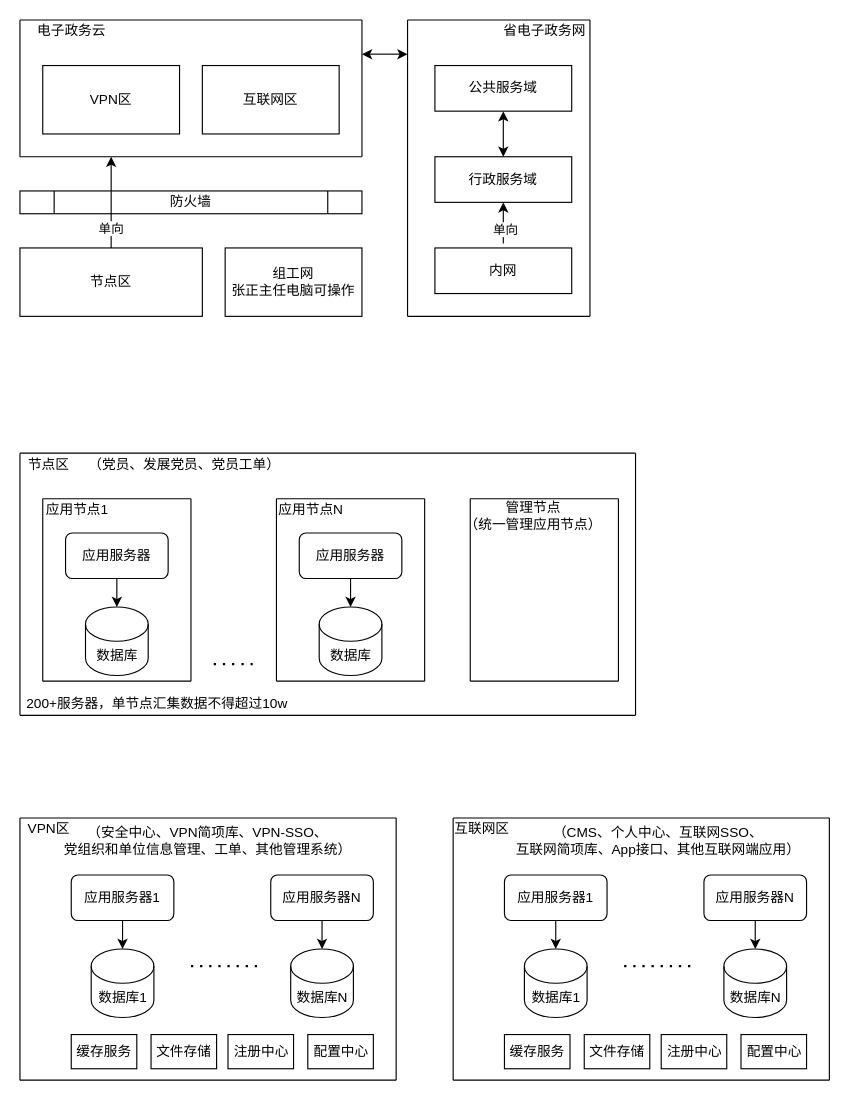
This is Dengta/部署域.drawio from liuchenwei2000/diagram, a draw.io file, before an edit. Source tidied: cells renumbered, new cells numbered last; positions are measured from the earlier drawing's top-left corner, leaving out a move shared by most shapes. Both pictures are drawn from the tidied source at 114%, with x=0, y=0 at pixel (19, 19).
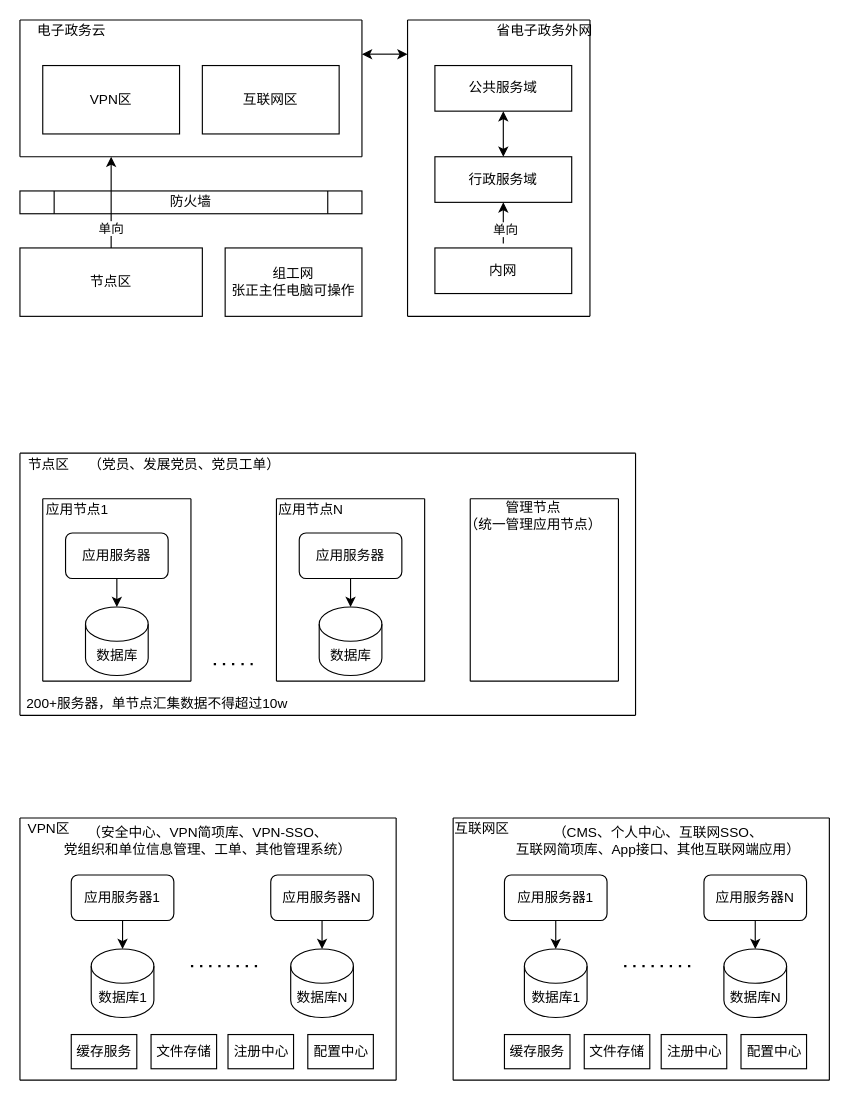
After the change.

The edit, as a diff of the source:
```diff
@@
-    <mxCell id="24" value="省电子政务网" style="text;html=1;align=center;verticalAlign=middle;" parent="1" vertex="1">
-      <mxGeometry x="415" width="90" height="20" as="geometry" />
+    <mxCell id="24" value="省电子政务外网" style="text;html=1;align=center;verticalAlign=middle;" parent="1" vertex="1">
+      <mxGeometry x="410" width="100" height="20" as="geometry" />
     </mxCell>
```
